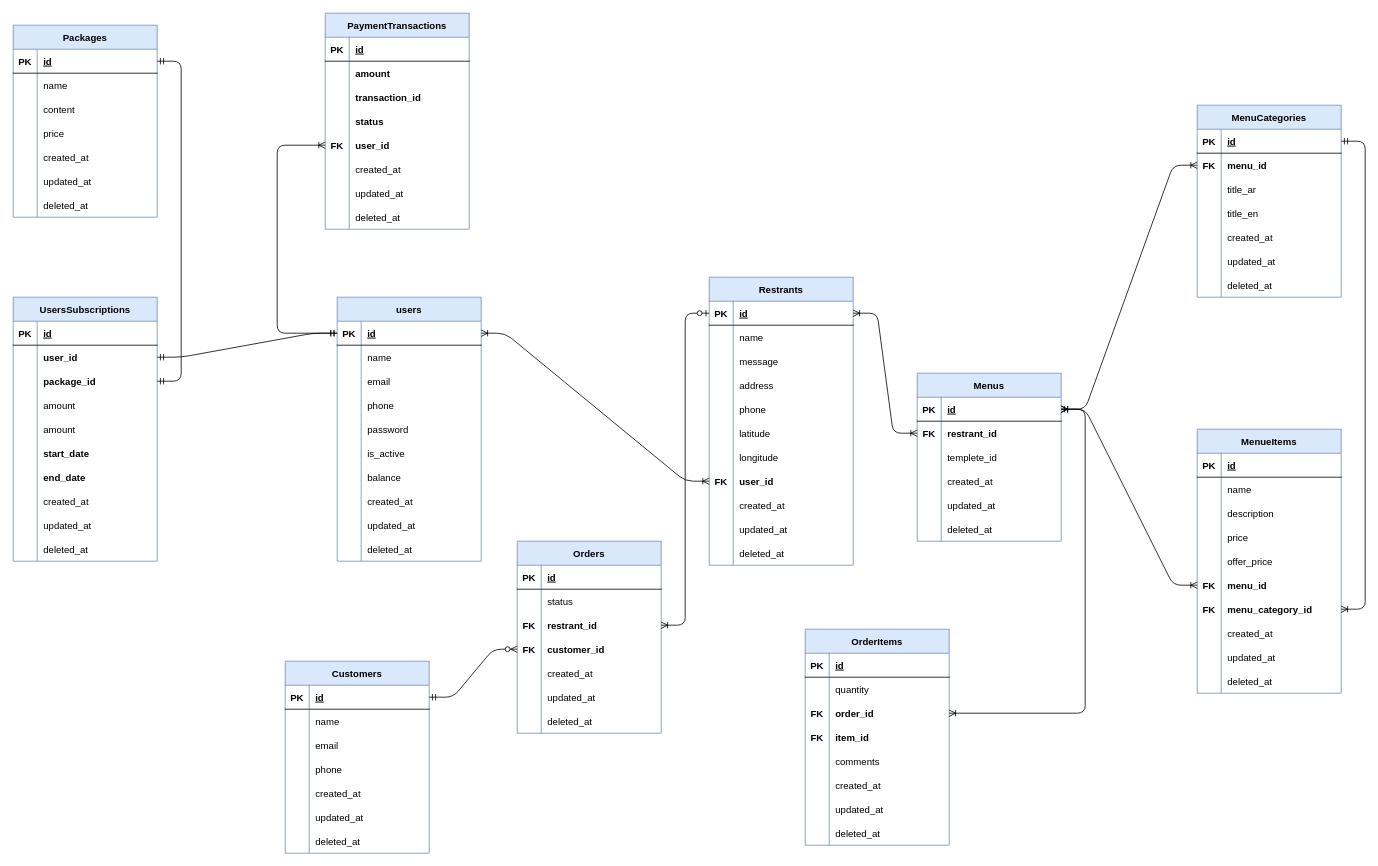
Above: database.drawio in zchacker/resMenu (draw.io), before the change. Source tidied: cells renumbered, new cells numbered last; positions are measured from the earlier drawing's top-left corner, leaving out a move shared by most shapes. Both pictures are drawn from the tidied source at 80%, with x=0, y=0 at pixel (13, 13).
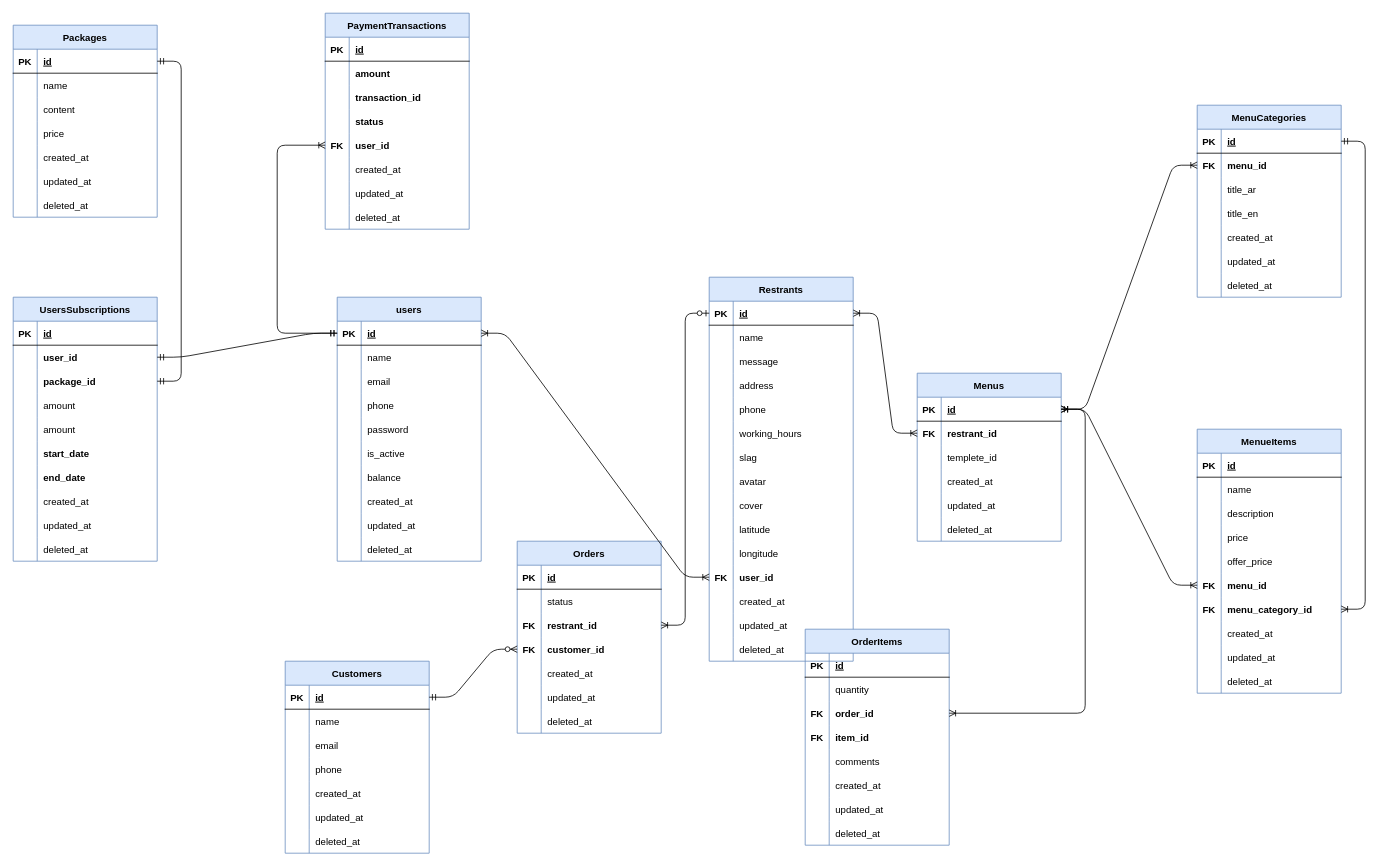
The same diagram, later.

Change to the diagram source:
```diff
@@
     <mxCell id="55" value="Restrants" style="shape=table;startSize=30;childLayout=tableLayout;rowLines=0;fontStyle=1;align=center;fillColor=#dae8fc;strokeColor=#6c8ebf;" parent="1" vertex="1">
-      <mxGeometry x="870" y="330" width="180" height="360" as="geometry" />
+      <mxGeometry x="870" y="330" width="180" height="480" as="geometry" />
     </mxCell>
@@
+    <mxCell id="297" style="shape=partialRectangle;fillColor=none;top=0;left=0;bottom=0;right=0;" parent="55" vertex="1">
+      <mxGeometry y="180" width="180" height="30" as="geometry" />
+    </mxCell>
+    <mxCell id="298" style="shape=partialRectangle;fillColor=none;top=0;left=0;bottom=0;right=0;overflow=hidden;" parent="297" vertex="1">
+      <mxGeometry width="30" height="30" as="geometry" />
+    </mxCell>
+    <mxCell id="299" value="working_hours" style="shape=partialRectangle;fillColor=none;top=0;left=0;bottom=0;right=0;align=left;spacingLeft=6;overflow=hidden;" parent="297" vertex="1">
+      <mxGeometry x="30" width="150" height="30" as="geometry" />
+    </mxCell>
+    <mxCell id="300" style="shape=partialRectangle;fillColor=none;top=0;left=0;bottom=0;right=0;" parent="55" vertex="1">
+      <mxGeometry y="210" width="180" height="30" as="geometry" />
+    </mxCell>
+    <mxCell id="301" style="shape=partialRectangle;fillColor=none;top=0;left=0;bottom=0;right=0;overflow=hidden;" parent="300" vertex="1">
+      <mxGeometry width="30" height="30" as="geometry" />
+    </mxCell>
+    <mxCell id="302" value="slag" style="shape=partialRectangle;fillColor=none;top=0;left=0;bottom=0;right=0;align=left;spacingLeft=6;overflow=hidden;" parent="300" vertex="1">
+      <mxGeometry x="30" width="150" height="30" as="geometry" />
+    </mxCell>
+    <mxCell id="303" style="shape=partialRectangle;fillColor=none;top=0;left=0;bottom=0;right=0;" parent="55" vertex="1">
+      <mxGeometry y="240" width="180" height="30" as="geometry" />
+    </mxCell>
+    <mxCell id="304" style="shape=partialRectangle;fillColor=none;top=0;left=0;bottom=0;right=0;overflow=hidden;" parent="303" vertex="1">
+      <mxGeometry width="30" height="30" as="geometry" />
+    </mxCell>
+    <mxCell id="305" value="avatar" style="shape=partialRectangle;fillColor=none;top=0;left=0;bottom=0;right=0;align=left;spacingLeft=6;overflow=hidden;" parent="303" vertex="1">
+      <mxGeometry x="30" width="150" height="30" as="geometry" />
+    </mxCell>
+    <mxCell id="306" style="shape=partialRectangle;fillColor=none;top=0;left=0;bottom=0;right=0;" parent="55" vertex="1">
+      <mxGeometry y="270" width="180" height="30" as="geometry" />
+    </mxCell>
+    <mxCell id="307" style="shape=partialRectangle;fillColor=none;top=0;left=0;bottom=0;right=0;overflow=hidden;" parent="306" vertex="1">
+      <mxGeometry width="30" height="30" as="geometry" />
+    </mxCell>
+    <mxCell id="308" value="cover" style="shape=partialRectangle;fillColor=none;top=0;left=0;bottom=0;right=0;align=left;spacingLeft=6;overflow=hidden;" parent="306" vertex="1">
+      <mxGeometry x="30" width="150" height="30" as="geometry" />
+    </mxCell>
     <mxCell id="71" style="shape=partialRectangle;fillColor=none;top=0;left=0;bottom=0;right=0;" parent="55" vertex="1">
-      <mxGeometry y="180" width="180" height="30" as="geometry" />
+      <mxGeometry y="300" width="180" height="30" as="geometry" />
     </mxCell>
@@
     <mxCell id="74" style="shape=partialRectangle;fillColor=none;top=0;left=0;bottom=0;right=0;" parent="55" vertex="1">
-      <mxGeometry y="210" width="180" height="30" as="geometry" />
+      <mxGeometry y="330" width="180" height="30" as="geometry" />
     </mxCell>
@@
     <mxCell id="77" style="shape=partialRectangle;fillColor=none;top=0;left=0;bottom=0;right=0;points=[[0,0.5],[1,0.5]];portConstraint=eastwest;" parent="55" vertex="1">
-      <mxGeometry y="240" width="180" height="30" as="geometry" />
+      <mxGeometry y="360" width="180" height="30" as="geometry" />
     </mxCell>
@@
     <mxCell id="80" style="shape=partialRectangle;fillColor=none;top=0;left=0;bottom=0;right=0;" parent="55" vertex="1">
-      <mxGeometry y="270" width="180" height="30" as="geometry" />
+      <mxGeometry y="390" width="180" height="30" as="geometry" />
     </mxCell>
@@
     <mxCell id="83" style="shape=partialRectangle;fillColor=none;top=0;left=0;bottom=0;right=0;" parent="55" vertex="1">
-      <mxGeometry y="300" width="180" height="30" as="geometry" />
+      <mxGeometry y="420" width="180" height="30" as="geometry" />
     </mxCell>
@@
     <mxCell id="86" style="shape=partialRectangle;fillColor=none;top=0;left=0;bottom=0;right=0;" parent="55" vertex="1">
-      <mxGeometry y="330" width="180" height="30" as="geometry" />
+      <mxGeometry y="450" width="180" height="30" as="geometry" />
     </mxCell>
```
